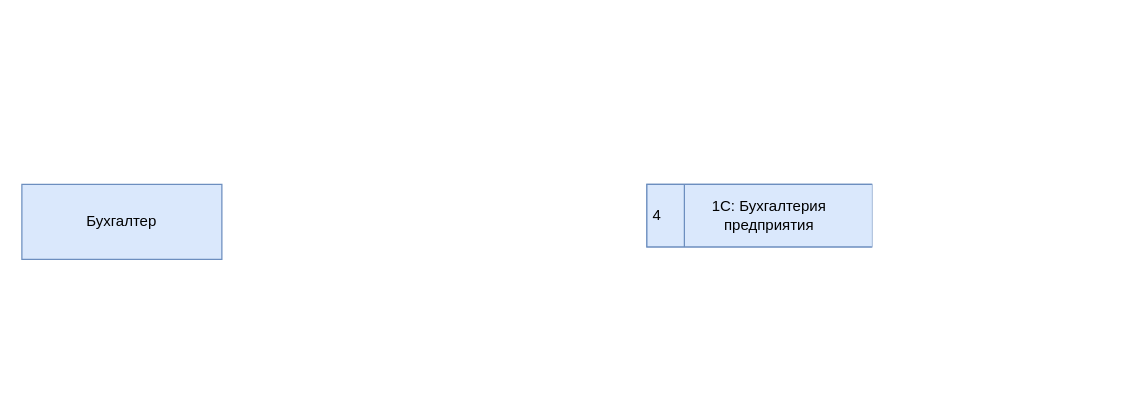
Earlier version of the draw.io diagram page "Процессинг платежей" (4 of 9) of Task1/Diagrams.drawio (vir37/architecture-medikamente). Source tidied: cells renumbered, new cells numbered last; positions are measured from the earlier drawing's top-left corner, leaving out a move shared by most shapes. Both pictures are drawn from the tidied source at 125%, with x=0, y=0 at pixel (21, 184).
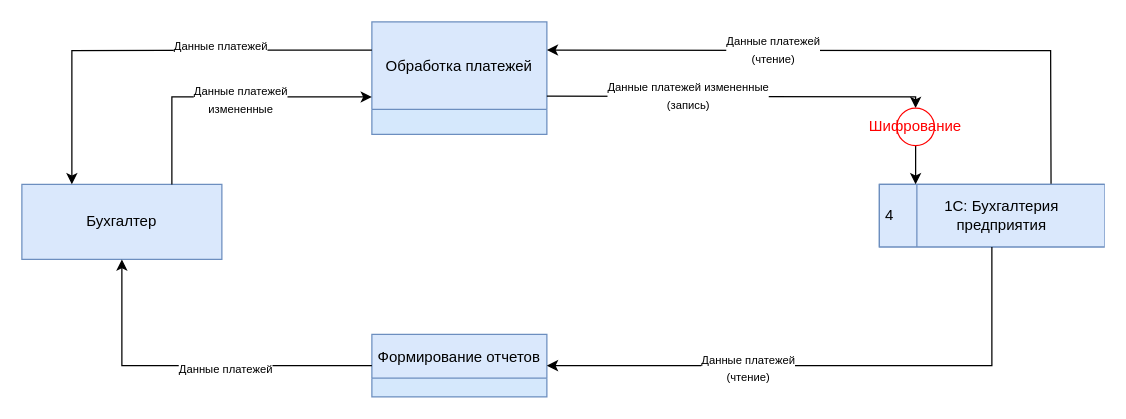
After the change.

The change refers to these unchanged cells:
```xml
<mxCell id="2" value="Бухгалтер" style="html=1;dashed=0;whiteSpace=wrap;fillColor=#dae8fc;strokeColor=#6c8ebf;" parent="1" vertex="1">
  <mxGeometry width="160" height="60" as="geometry" />
</mxCell>
<mxCell id="4" value="4" style="html=1;dashed=0;whiteSpace=wrap;shape=mxgraph.dfd.dataStoreID;align=left;spacingLeft=3;points=[[0,0],[0.5,0],[1,0],[0,0.5],[1,0.5],[0,1],[0.5,1],[1,1]];fillColor=#dae8fc;strokeColor=#6c8ebf;" parent="3" vertex="1">
  <mxGeometry width="180" height="50" as="geometry" />
</mxCell>
```

Diff of the diagram source:
```diff
@@
     <mxCell id="3" style="group;fillColor=#dae8fc;strokeColor=#6c8ebf;" parent="1" vertex="1">
-      <mxGeometry x="500" width="180" height="50" as="geometry" />
+      <mxGeometry x="686" width="180" height="50" as="geometry" />
     </mxCell>
@@
+    <mxCell id="6" value="Обработка платежей" style="swimlane;fontStyle=0;horizontal=1;startSize=70;fillColor=#dae8fc;swimlaneFillColor=#D5E8FC;strokeColor=#6c8ebf;" parent="1" vertex="1">
+      <mxGeometry x="280" y="-130" width="140" height="90" as="geometry" />
+    </mxCell>
+    <mxCell id="7" value="Формирование отчетов" style="swimlane;fontStyle=0;horizontal=1;startSize=35;fillColor=#dae8fc;swimlaneFillColor=#D5E8FC;strokeColor=#6c8ebf;" parent="1" vertex="1">
+      <mxGeometry x="280" y="120" width="140" height="50" as="geometry" />
+    </mxCell>
+    <mxCell id="8" style="endArrow=classic;html=1;rounded=0;exitX=0;exitY=0.25;exitDx=0;exitDy=0;entryX=0.25;entryY=0;entryDx=0;entryDy=0;" parent="1" edge="1" source="6" target="2">
+      <mxGeometry relative="1" as="geometry">
+        <Array as="points">
+          <mxPoint x="40" y="-107" />
+        </Array>
+      </mxGeometry>
+    </mxCell>
+    <mxCell id="9" value="&lt;font style=&quot;font-size: 9px;&quot;&gt;Данные платежей&lt;/font&gt;" style="edgeLabel;html=1;align=center;verticalAlign=middle;" parent="8" vertex="1">
+      <mxGeometry x="-0.3" y="-4" relative="1" as="geometry" />
+    </mxCell>
+    <mxCell id="10" style="endArrow=classic;html=1;rounded=0;exitX=0.763;exitY=-0.009;exitDx=0;exitDy=0;exitPerimeter=0;entryX=1;entryY=0.25;entryDx=0;entryDy=0;" parent="1" edge="1" source="4" target="6">
+      <mxGeometry relative="1" as="geometry">
+        <Array as="points">
+          <mxPoint x="823" y="-107" />
+        </Array>
+      </mxGeometry>
+    </mxCell>
+    <mxCell id="11" value="&lt;font style=&quot;font-size: 9px;&quot;&gt;Данные платежей&lt;/font&gt;&lt;div&gt;&lt;font style=&quot;font-size: 9px;&quot;&gt;(чтение)&lt;/font&gt;&lt;/div&gt;" style="edgeLabel;html=1;align=center;verticalAlign=middle;" parent="10" vertex="1">
+      <mxGeometry x="0.29" y="-1" relative="1" as="geometry" />
+    </mxCell>
+    <mxCell id="12" style="endArrow=classic;html=1;rounded=0;exitX=0.75;exitY=0;exitDx=0;exitDy=0;entryX=0;entryY=0.667;entryDx=0;entryDy=0;entryPerimeter=0;" parent="1" edge="1" source="2" target="6">
+      <mxGeometry relative="1" as="geometry">
+        <Array as="points">
+          <mxPoint x="120" y="-70" />
+        </Array>
+      </mxGeometry>
+    </mxCell>
+    <mxCell id="13" value="&lt;font style=&quot;font-size: 9px;&quot;&gt;Данные платежей&lt;/font&gt;&lt;div&gt;&lt;font style=&quot;font-size: 9px;&quot;&gt;измененные&lt;/font&gt;&lt;/div&gt;" style="edgeLabel;html=1;align=center;verticalAlign=middle;" parent="12" vertex="1">
+      <mxGeometry x="0.09" y="-1" relative="1" as="geometry" />
+    </mxCell>
+    <mxCell id="14" style="endArrow=classic;html=1;rounded=0;exitX=0.5;exitY=1;exitDx=0;exitDy=0;" parent="1" edge="1" source="21">
+      <mxGeometry relative="1" as="geometry">
+        <mxPoint x="715" as="targetPoint" />
+      </mxGeometry>
+    </mxCell>
+    <mxCell id="15" style="endArrow=classic;html=1;rounded=0;exitX=0.5;exitY=1;exitDx=0;exitDy=0;entryX=1;entryY=0.5;entryDx=0;entryDy=0;" parent="1" edge="1" source="4" target="7">
+      <mxGeometry relative="1" as="geometry">
+        <Array as="points">
+          <mxPoint x="776" y="145" />
+        </Array>
+      </mxGeometry>
+    </mxCell>
+    <mxCell id="16" value="&lt;font style=&quot;font-size: 9px;&quot;&gt;Данные платежей&lt;/font&gt;&lt;div&gt;&lt;font style=&quot;font-size: 9px;&quot;&gt;(чтение)&lt;/font&gt;&lt;/div&gt;" style="edgeLabel;html=1;align=center;verticalAlign=middle;" parent="15" vertex="1">
+      <mxGeometry x="0.29" y="1" relative="1" as="geometry" />
+    </mxCell>
+    <mxCell id="17" style="endArrow=classic;html=1;rounded=0;exitX=0;exitY=0.5;exitDx=0;exitDy=0;entryX=0.5;entryY=1;entryDx=0;entryDy=0;" parent="1" edge="1" source="7" target="2">
+      <mxGeometry relative="1" as="geometry">
+        <Array as="points">
+          <mxPoint x="80" y="145" />
+        </Array>
+      </mxGeometry>
+    </mxCell>
+    <mxCell id="18" value="&lt;font style=&quot;font-size: 9px;&quot;&gt;Данные платежей&lt;/font&gt;" style="edgeLabel;html=1;align=center;verticalAlign=middle;" parent="17" vertex="1">
+      <mxGeometry x="-0.17" y="1" relative="1" as="geometry" />
+    </mxCell>
+    <mxCell id="19" style="endArrow=classic;html=1;rounded=0;exitX=1;exitY=0.66;exitDx=0;exitDy=0;entryX=0.5;entryY=0;entryDx=0;entryDy=0;exitPerimeter=0;" parent="1" edge="1" source="6" target="21">
+      <mxGeometry relative="1" as="geometry">
+        <Array as="points">
+          <mxPoint x="715" y="-70" />
+        </Array>
+      </mxGeometry>
+    </mxCell>
+    <mxCell id="20" value="&lt;font style=&quot;font-size: 9px;&quot;&gt;Данные платежей измененные&lt;/font&gt;&lt;div&gt;&lt;font style=&quot;font-size: 9px;&quot;&gt;(запись)&lt;/font&gt;&lt;/div&gt;" style="edgeLabel;html=1;align=center;verticalAlign=middle;" parent="19" vertex="1">
+      <mxGeometry x="-0.26" y="1" relative="1" as="geometry" />
+    </mxCell>
+    <mxCell id="21" value="Шифрование" style="shape=ellipse;html=1;dashed=0;whiteSpace=wrap;perimeter=ellipsePerimeter;fontColor=#FF0000;strokeColor=#FF0000;" parent="1" vertex="1">
+      <mxGeometry x="700" y="-61" width="30" height="30" as="geometry" />
+    </mxCell>
```
